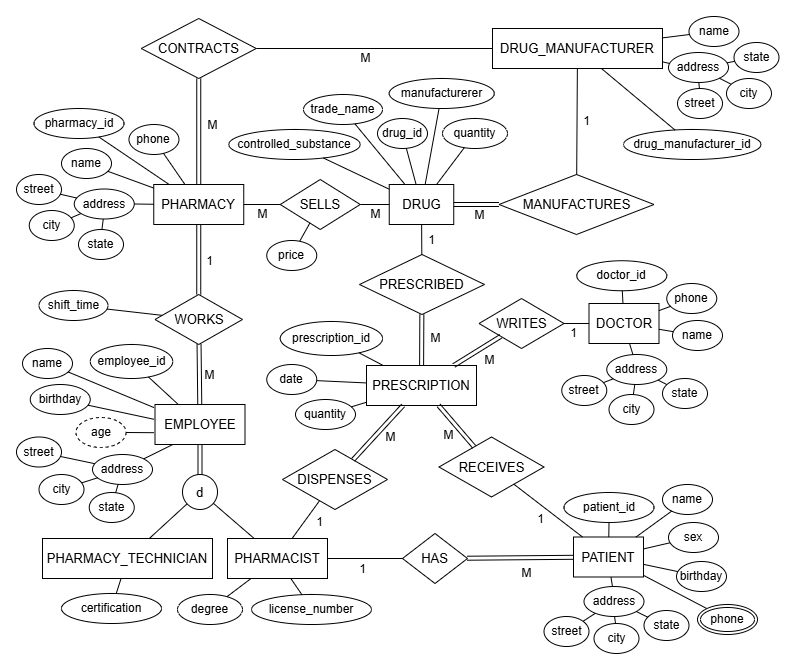
RyanAIIen/cis-421-project keeps this draw.io diagram as docs/er-diagram.png. Above is the earlier version. Source tidied: cells renumbered, new cells last; positions are measured from the earlier drawing's top-left corner, leaving out a move shared by most shapes.
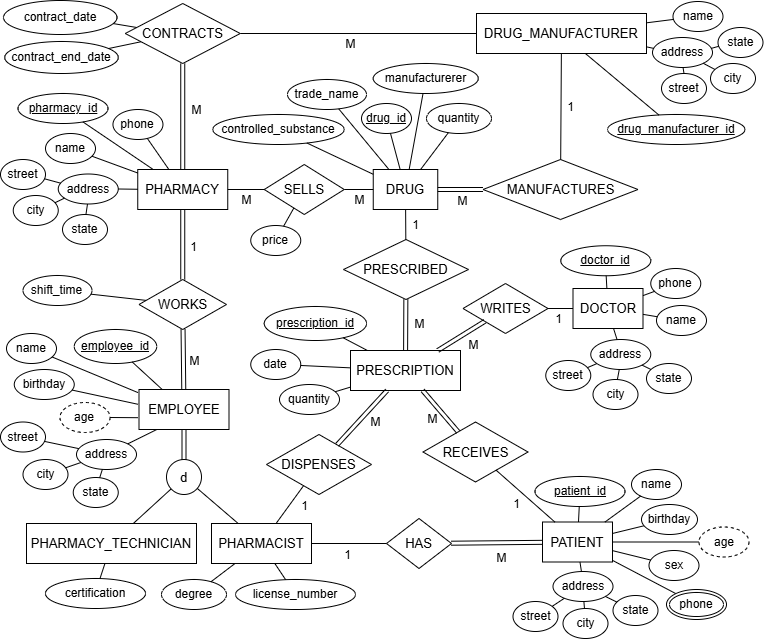
The same file after the commit.

Change to the diagram source:
```diff
@@ -24,7 +24,7 @@
       <mxGeometry x="572.5" y="287" width="70" height="40" as="geometry" />
     </mxCell>
     <mxCell id="9" value="PATIENT" style="rounded=0;whiteSpace=wrap;html=1;fontSize=13;" parent="1" vertex="1">
-      <mxGeometry x="557" y="520.5" width="70" height="40" as="geometry" />
+      <mxGeometry x="542" y="520.5" width="70" height="40" as="geometry" />
     </mxCell>
     <mxCell id="10" value="DRUG" style="rounded=0;whiteSpace=wrap;html=1;fontSize=13;" parent="1" vertex="1">
       <mxGeometry x="372.8" y="168" width="64.5" height="40" as="geometry" />
@@ -95,7 +95,7 @@
     <mxCell id="32" value="age" style="ellipse;whiteSpace=wrap;html=1;strokeColor=default;align=center;verticalAlign=middle;fontFamily=Helvetica;fontSize=12;fontColor=default;fillColor=default;dashed=1;" parent="1" vertex="1">
       <mxGeometry x="59.5" y="401" width="50" height="30" as="geometry" />
     </mxCell>
-    <mxCell id="33" value="employee_id" style="ellipse;whiteSpace=wrap;html=1;strokeColor=default;align=center;verticalAlign=middle;fontFamily=Helvetica;fontSize=12;fontColor=default;fillColor=default;" parent="1" vertex="1">
+    <mxCell id="33" value="&lt;u&gt;employee_id&lt;/u&gt;" style="ellipse;whiteSpace=wrap;html=1;strokeColor=default;align=center;verticalAlign=middle;fontFamily=Helvetica;fontSize=12;fontColor=default;fillColor=default;" parent="1" vertex="1">
       <mxGeometry x="73.8" y="328" width="82.5" height="34" as="geometry" />
     </mxCell>
     <mxCell id="34" style="edgeStyle=none;curved=1;rounded=0;jettySize=auto;html=1;fontSize=12;startSize=8;endSize=8;endArrow=none;endFill=0;" parent="1" edge="1" target="32">
@@ -170,7 +170,7 @@
     <mxCell id="53" style="edgeStyle=none;curved=1;rounded=0;jettySize=auto;html=1;fontSize=12;startSize=8;endSize=8;endArrow=none;endFill=0;" parent="1" edge="1" source="17" target="52">
       <mxGeometry relative="1" as="geometry" />
     </mxCell>
-    <mxCell id="54" value="pharmacy_id" style="ellipse;whiteSpace=wrap;html=1;strokeColor=default;align=center;verticalAlign=middle;fontFamily=Helvetica;fontSize=12;fontColor=default;fillColor=default;" parent="1" vertex="1">
+    <mxCell id="54" value="&lt;u&gt;pharmacy_id&lt;/u&gt;" style="ellipse;whiteSpace=wrap;html=1;strokeColor=default;align=center;verticalAlign=middle;fontFamily=Helvetica;fontSize=12;fontColor=default;fillColor=default;" parent="1" vertex="1">
       <mxGeometry x="17.5" y="92" width="90" height="30" as="geometry" />
     </mxCell>
     <mxCell id="55" style="edgeStyle=none;curved=1;rounded=0;jettySize=auto;html=1;fontSize=12;startSize=8;endSize=8;endArrow=none;endFill=0;" parent="1" edge="1" source="3" target="54">
@@ -236,7 +236,7 @@
     <mxCell id="73" value="quantity" style="ellipse;whiteSpace=wrap;html=1;strokeColor=default;align=center;verticalAlign=middle;fontFamily=Helvetica;fontSize=12;fontColor=default;fillColor=default;" parent="1" vertex="1">
       <mxGeometry x="279" y="383" width="60" height="30" as="geometry" />
     </mxCell>
-    <mxCell id="74" value="prescription_id" style="ellipse;whiteSpace=wrap;html=1;strokeColor=default;align=center;verticalAlign=middle;fontFamily=Helvetica;fontSize=12;fontColor=default;fillColor=default;" parent="1" vertex="1">
+    <mxCell id="74" value="&lt;u&gt;prescription_id&lt;/u&gt;" style="ellipse;whiteSpace=wrap;html=1;strokeColor=default;align=center;verticalAlign=middle;fontFamily=Helvetica;fontSize=12;fontColor=default;fillColor=default;" parent="1" vertex="1">
       <mxGeometry x="263.8" y="305" width="102.2" height="34" as="geometry" />
     </mxCell>
     <mxCell id="75" style="edgeStyle=none;curved=1;rounded=0;jettySize=auto;html=1;fontSize=12;startSize=8;endSize=8;endArrow=none;endFill=0;" parent="1" edge="1" source="2" target="73">
@@ -298,7 +298,7 @@
     <mxCell id="91" style="edgeStyle=none;curved=1;rounded=0;jettySize=auto;html=1;fontSize=12;startSize=8;endSize=8;endArrow=none;endFill=0;" parent="1" edge="1" source="10" target="90">
       <mxGeometry relative="1" as="geometry" />
     </mxCell>
-    <mxCell id="92" value="drug_id" style="ellipse;whiteSpace=wrap;html=1;strokeColor=default;align=center;verticalAlign=middle;fontFamily=Helvetica;fontSize=12;fontColor=default;fillColor=default;" parent="1" vertex="1">
+    <mxCell id="92" value="&lt;u&gt;drug_id&lt;/u&gt;" style="ellipse;whiteSpace=wrap;html=1;strokeColor=default;align=center;verticalAlign=middle;fontFamily=Helvetica;fontSize=12;fontColor=default;fillColor=default;" parent="1" vertex="1">
       <mxGeometry x="361" y="102" width="50" height="30" as="geometry" />
     </mxCell>
     <mxCell id="93" style="edgeStyle=none;curved=1;rounded=0;jettySize=auto;html=1;fontSize=12;startSize=8;endSize=8;endArrow=none;endFill=0;" parent="1" edge="1" source="10" target="92">
@@ -346,7 +346,7 @@
     <mxCell id="105" style="edgeStyle=none;curved=1;rounded=0;jettySize=auto;html=1;fontSize=12;startSize=8;endSize=8;endArrow=none;endFill=0;" parent="1" edge="1" source="7" target="104">
       <mxGeometry relative="1" as="geometry" />
     </mxCell>
-    <mxCell id="106" value="drug_manufacturer_id" style="ellipse;whiteSpace=wrap;html=1;strokeColor=default;align=center;verticalAlign=middle;fontFamily=Helvetica;fontSize=12;fontColor=default;fillColor=default;" parent="1" vertex="1">
+    <mxCell id="106" value="&lt;u&gt;drug_manufacturer_id&lt;/u&gt;" style="ellipse;whiteSpace=wrap;html=1;strokeColor=default;align=center;verticalAlign=middle;fontFamily=Helvetica;fontSize=12;fontColor=default;fillColor=default;" parent="1" vertex="1">
       <mxGeometry x="607" y="113" width="137.5" height="30" as="geometry" />
     </mxCell>
     <mxCell id="107" style="edgeStyle=none;curved=1;rounded=0;jettySize=auto;html=1;fontSize=12;startSize=8;endSize=8;endArrow=none;endFill=0;" parent="1" edge="1" source="7" target="106">
@@ -382,7 +382,7 @@
     <mxCell id="117" style="edgeStyle=none;curved=1;rounded=0;jettySize=auto;html=1;fontSize=12;startSize=8;endSize=8;endArrow=none;endFill=0;" parent="1" edge="1" source="8" target="116">
       <mxGeometry relative="1" as="geometry" />
     </mxCell>
-    <mxCell id="118" value="doctor_id" style="ellipse;whiteSpace=wrap;html=1;strokeColor=default;align=center;verticalAlign=middle;fontFamily=Helvetica;fontSize=12;fontColor=default;fillColor=default;" parent="1" vertex="1">
+    <mxCell id="118" value="&lt;u&gt;doctor_id&lt;/u&gt;" style="ellipse;whiteSpace=wrap;html=1;strokeColor=default;align=center;verticalAlign=middle;fontFamily=Helvetica;fontSize=12;fontColor=default;fillColor=default;" parent="1" vertex="1">
       <mxGeometry x="560.3" y="244.2" width="90" height="30" as="geometry" />
     </mxCell>
     <mxCell id="119" style="edgeStyle=none;curved=1;rounded=0;jettySize=auto;html=1;fontSize=12;startSize=8;endSize=8;endArrow=none;endFill=0;" parent="1" edge="1" source="8" target="118">
@@ -451,13 +451,13 @@
       </mxGeometry>
     </mxCell>
     <mxCell id="138" value="name" style="ellipse;whiteSpace=wrap;html=1;strokeColor=default;align=center;verticalAlign=middle;fontFamily=Helvetica;fontSize=12;fontColor=default;fillColor=default;" parent="1" vertex="1">
-      <mxGeometry x="646" y="468" width="50" height="30" as="geometry" />
+      <mxGeometry x="631" y="468" width="50" height="30" as="geometry" />
     </mxCell>
     <mxCell id="139" style="edgeStyle=none;curved=1;rounded=0;jettySize=auto;html=1;fontSize=12;startSize=8;endSize=8;endArrow=none;endFill=0;" parent="1" edge="1" source="9" target="138">
       <mxGeometry relative="1" as="geometry" />
     </mxCell>
-    <mxCell id="140" value="patient_id" style="ellipse;whiteSpace=wrap;html=1;strokeColor=default;align=center;verticalAlign=middle;fontFamily=Helvetica;fontSize=12;fontColor=default;fillColor=default;" parent="1" vertex="1">
-      <mxGeometry x="547.5" y="476" width="90" height="30" as="geometry" />
+    <mxCell id="140" value="&lt;u&gt;patient_id&lt;/u&gt;" style="ellipse;whiteSpace=wrap;html=1;strokeColor=default;align=center;verticalAlign=middle;fontFamily=Helvetica;fontSize=12;fontColor=default;fillColor=default;" parent="1" vertex="1">
+      <mxGeometry x="534.5" y="475" width="90" height="30" as="geometry" />
     </mxCell>
     <mxCell id="141" style="edgeStyle=none;curved=1;rounded=0;jettySize=auto;html=1;fontSize=12;startSize=8;endSize=8;endArrow=none;endFill=0;" parent="1" edge="1" source="9" target="140">
       <mxGeometry relative="1" as="geometry" />
@@ -466,16 +466,16 @@
       <mxGeometry relative="1" as="geometry" />
     </mxCell>
     <mxCell id="143" value="address" style="ellipse;whiteSpace=wrap;html=1;strokeColor=default;align=center;verticalAlign=middle;fontFamily=Helvetica;fontSize=12;fontColor=default;fillColor=default;" parent="1" vertex="1">
-      <mxGeometry x="567.5" y="570" width="60" height="30" as="geometry" />
+      <mxGeometry x="552.5" y="570" width="60" height="30" as="geometry" />
     </mxCell>
     <mxCell id="144" value="street" style="ellipse;whiteSpace=wrap;html=1;strokeColor=default;align=center;verticalAlign=middle;fontFamily=Helvetica;fontSize=12;fontColor=default;fillColor=default;" parent="1" vertex="1">
-      <mxGeometry x="527.5" y="600" width="45" height="30" as="geometry" />
+      <mxGeometry x="512.5" y="600" width="45" height="30" as="geometry" />
     </mxCell>
     <mxCell id="145" value="city" style="ellipse;whiteSpace=wrap;html=1;strokeColor=default;align=center;verticalAlign=middle;fontFamily=Helvetica;fontSize=12;fontColor=default;fillColor=default;" parent="1" vertex="1">
-      <mxGeometry x="577.5" y="607" width="45" height="30" as="geometry" />
+      <mxGeometry x="562.5" y="607" width="45" height="30" as="geometry" />
     </mxCell>
     <mxCell id="146" value="state" style="ellipse;whiteSpace=wrap;html=1;strokeColor=default;align=center;verticalAlign=middle;fontFamily=Helvetica;fontSize=12;fontColor=default;fillColor=default;" parent="1" vertex="1">
-      <mxGeometry x="627.5" y="594" width="45" height="30" as="geometry" />
+      <mxGeometry x="612.5" y="594" width="45" height="30" as="geometry" />
     </mxCell>
     <mxCell id="147" style="edgeStyle=none;curved=1;rounded=0;jettySize=auto;html=1;fontSize=12;startSize=8;endSize=8;endArrow=none;endFill=0;" parent="1" edge="1" source="143" target="9">
       <mxGeometry relative="1" as="geometry" />
@@ -490,16 +490,16 @@
       <mxGeometry relative="1" as="geometry" />
     </mxCell>
     <mxCell id="151" value="phone" style="ellipse;shape=doubleEllipse;margin=3;whiteSpace=wrap;html=1;align=center;" parent="1" vertex="1">
-      <mxGeometry x="681" y="588" width="60" height="30" as="geometry" />
+      <mxGeometry x="666" y="588" width="60" height="30" as="geometry" />
     </mxCell>
     <mxCell id="152" value="sex" style="ellipse;whiteSpace=wrap;html=1;strokeColor=default;align=center;verticalAlign=middle;fontFamily=Helvetica;fontSize=12;fontColor=default;fillColor=default;" parent="1" vertex="1">
-      <mxGeometry x="652" y="506" width="50" height="30" as="geometry" />
+      <mxGeometry x="648.5" y="549" width="50" height="30" as="geometry" />
     </mxCell>
     <mxCell id="153" style="edgeStyle=none;curved=1;rounded=0;jettySize=auto;html=1;fontSize=12;startSize=8;endSize=8;endArrow=none;endFill=0;" parent="1" edge="1" source="9" target="152">
       <mxGeometry relative="1" as="geometry" />
     </mxCell>
     <mxCell id="154" value="birthday" style="ellipse;whiteSpace=wrap;html=1;strokeColor=default;align=center;verticalAlign=middle;fontFamily=Helvetica;fontSize=12;fontColor=default;fillColor=default;" parent="1" vertex="1">
-      <mxGeometry x="660" y="545" width="50" height="30" as="geometry" />
+      <mxGeometry x="641" y="503" width="56" height="30" as="geometry" />
     </mxCell>
     <mxCell id="155" style="edgeStyle=none;curved=1;rounded=0;jettySize=auto;html=1;fontSize=12;startSize=8;endSize=8;endArrow=none;endFill=0;" parent="1" edge="1" source="9" target="154">
       <mxGeometry relative="1" as="geometry" />
@@ -520,5 +520,23 @@
         <mxPoint x="11" y="4" as="offset" />
       </mxGeometry>
     </mxCell>
+    <mxCell id="160" value="contract_date" style="ellipse;whiteSpace=wrap;html=1;" parent="1" vertex="1">
+      <mxGeometry x="3" y="-1" width="113.5" height="34" as="geometry" />
+    </mxCell>
+    <mxCell id="161" value="contract_end_date" style="ellipse;whiteSpace=wrap;html=1;" parent="1" vertex="1">
+      <mxGeometry x="4.2" y="40" width="113.5" height="32" as="geometry" />
+    </mxCell>
+    <mxCell id="162" style="endArrow=none;html=1;rounded=0;" parent="1" edge="1" source="160" target="11">
+      <mxGeometry relative="1" as="geometry" />
+    </mxCell>
+    <mxCell id="163" style="endArrow=none;html=1;rounded=0;" parent="1" edge="1" source="161" target="11">
+      <mxGeometry relative="1" as="geometry" />
+    </mxCell>
+    <mxCell id="164" value="age" style="ellipse;whiteSpace=wrap;html=1;strokeColor=default;align=center;verticalAlign=middle;fontFamily=Helvetica;fontSize=12;fontColor=default;fillColor=default;dashed=1;" parent="1" vertex="1">
+      <mxGeometry x="698.5" y="525.5" width="50" height="30" as="geometry" />
+    </mxCell>
+    <mxCell id="165" style="edgeStyle=none;curved=1;rounded=0;jettySize=auto;html=1;fontSize=12;startSize=8;endSize=8;endArrow=none;endFill=0;" parent="1" edge="1" source="9" target="164">
+      <mxGeometry relative="1" as="geometry" />
+    </mxCell>
   </root>
 </mxGraphModel>
```
